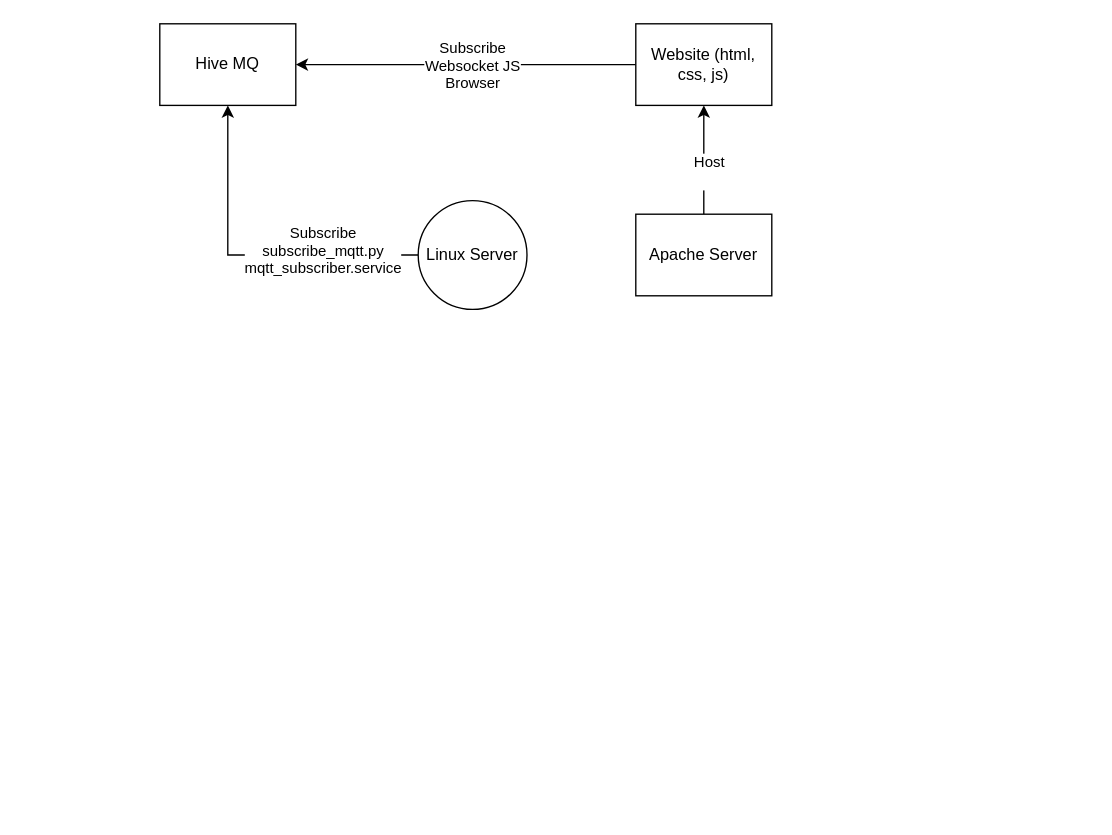
Above: stc-server.drawio in diyElectronicsLab/SensingTheCampus (draw.io), before the change. Source tidied: cells renumbered, new cells numbered last; positions are measured from the earlier drawing's top-left corner, leaving out a move shared by most shapes. Both pictures are drawn from the tidied source at 136%, with x=0, y=0 at pixel (159, 23).
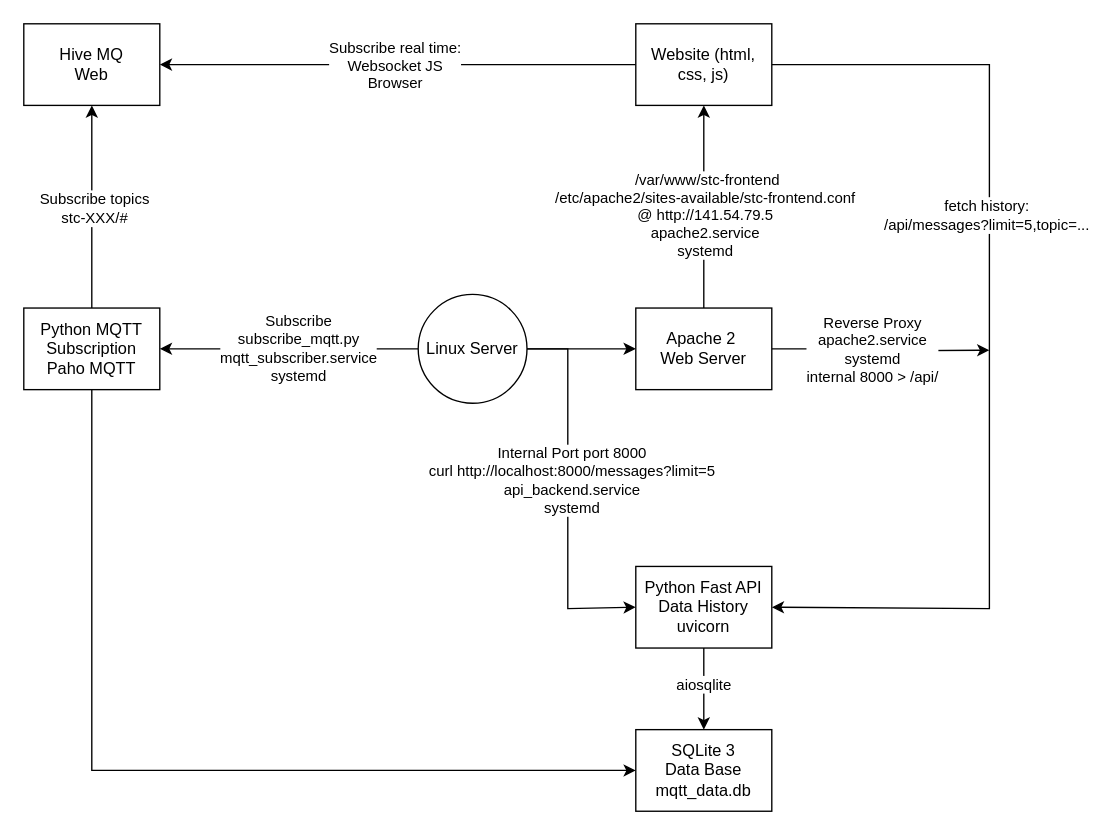
After the change.

The change refers to these unchanged cells:
```xml
<mxCell id="6" style="edgeStyle=orthogonalEdgeStyle;rounded=0;jettySize=auto;html=1;entryX=0.5;entryY=1;entryDx=0;entryDy=0;" parent="1" edge="1" source="8" target="11">
  <mxGeometry relative="1" as="geometry" />
</mxCell>
<mxCell id="9" style="edgeStyle=orthogonalEdgeStyle;rounded=0;jettySize=auto;html=1;entryX=1;entryY=0.5;entryDx=0;entryDy=0;" parent="1" edge="1" source="11" target="2">
  <mxGeometry relative="1" as="geometry" />
</mxCell>
```

The edit, as a diff of the source:
```diff
@@
-    <mxCell id="2" value="Hive MQ" style="rounded=0;whiteSpace=wrap;html=1;" parent="1" vertex="1">
-      <mxGeometry width="100" height="60" as="geometry" />
+    <mxCell id="2" value="Hive MQ&lt;br&gt;Web" style="rounded=0;whiteSpace=wrap;html=1;" parent="1" vertex="1">
+      <mxGeometry x="-100" width="100" height="60" as="geometry" />
     </mxCell>
-    <mxCell id="3" style="edgeStyle=orthogonalEdgeStyle;rounded=0;jettySize=auto;html=1;entryX=0.5;entryY=1;entryDx=0;entryDy=0;" parent="1" edge="1" source="5" target="2">
-      <mxGeometry relative="1" as="geometry" />
-    </mxCell>
-    <mxCell id="4" value="Subscribe&lt;br&gt;subscribe_mqtt.py&lt;br&gt;mqtt_subscriber.service" style="edgeLabel;html=1;align=center;verticalAlign=middle;" parent="3" vertex="1">
-      <mxGeometry x="-0.43" y="-4" relative="1" as="geometry" />
-    </mxCell>
+    <mxCell id="12" style="edgeStyle=orthogonalEdgeStyle;rounded=0;jettySize=auto;html=1;entryX=0;entryY=0.5;entryDx=0;entryDy=0;" parent="1" edge="1" source="5" target="8">
+      <mxGeometry relative="1" as="geometry" />
+    </mxCell>
+    <mxCell id="13" style="edgeStyle=orthogonalEdgeStyle;rounded=0;jettySize=auto;html=1;entryX=0;entryY=0.5;entryDx=0;entryDy=0;" parent="1" edge="1" source="5" target="23">
+      <mxGeometry relative="1" as="geometry">
+        <Array as="points">
+          <mxPoint x="300" y="239" />
+          <mxPoint x="300" y="430" />
+        </Array>
+      </mxGeometry>
+    </mxCell>
+    <mxCell id="14" value="Internal Port&amp;nbsp;port 8000&lt;br&gt;curl http://localhost:8000/messages?limit=5&lt;br&gt;api_backend.service&lt;div&gt;systemd&lt;/div&gt;" style="edgeLabel;html=1;align=center;verticalAlign=middle;" parent="13" vertex="1">
+      <mxGeometry x="-0.08" y="2" relative="1" as="geometry">
+        <mxPoint y="1" as="offset" />
+      </mxGeometry>
+    </mxCell>
+    <mxCell id="15" style="edgeStyle=orthogonalEdgeStyle;rounded=0;jettySize=auto;html=1;entryX=1;entryY=0.5;entryDx=0;entryDy=0;" parent="1" edge="1" source="5" target="28">
+      <mxGeometry relative="1" as="geometry" />
+    </mxCell>
+    <mxCell id="16" value="&lt;div&gt;Subscribe&lt;/div&gt;&lt;div&gt;subscribe_mqtt.py&lt;/div&gt;&lt;div&gt;mqtt_subscriber.service&lt;/div&gt;&lt;div&gt;systemd&lt;/div&gt;" style="edgeLabel;html=1;align=center;verticalAlign=middle;" parent="15" vertex="1">
+      <mxGeometry x="-0.14" y="2" relative="1" as="geometry">
+        <mxPoint x="-7" y="-3" as="offset" />
+      </mxGeometry>
+    </mxCell>
     <mxCell id="5" value="Linux Server" style="ellipse;whiteSpace=wrap;html=1;" parent="1" vertex="1">
-      <mxGeometry x="190" y="130" width="80" height="80" as="geometry" />
+      <mxGeometry x="190" y="199" width="80" height="80" as="geometry" />
     </mxCell>
@@
-    <mxCell id="7" value="Host&lt;div&gt;&lt;br/&gt;&lt;/div&gt;" style="edgeLabel;html=1;align=center;verticalAlign=middle;" parent="6" vertex="1">
-      <mxGeometry x="-0.2" y="-3" relative="1" as="geometry" />
+    <mxCell id="7" value="&lt;div&gt;&amp;nbsp;/var/www/stc-frontend&lt;/div&gt;&lt;div&gt;/etc/apache2/sites-available/stc-frontend.conf&lt;/div&gt;&lt;div&gt;@ http://141.54.79.5&lt;br&gt;apache2.service&lt;/div&gt;&lt;div&gt;systemd&lt;/div&gt;" style="edgeLabel;html=1;align=center;verticalAlign=middle;" parent="6" vertex="1">
+      <mxGeometry x="-0.2" y="-3" relative="1" as="geometry">
+        <mxPoint x="-3" y="-9" as="offset" />
+      </mxGeometry>
     </mxCell>
+    <mxCell id="17" style="edgeStyle=orthogonalEdgeStyle;rounded=0;jettySize=auto;html=1;" parent="1" edge="1" source="8">
+      <mxGeometry relative="1" as="geometry">
+        <mxPoint x="610" y="240" as="targetPoint" />
+      </mxGeometry>
+    </mxCell>
+    <mxCell id="18" value="Reverse Proxy&lt;div&gt;apache2.service&lt;/div&gt;&lt;div&gt;systemd&lt;/div&gt;&lt;div&gt;internal 8000 &amp;gt; /api/&lt;/div&gt;" style="edgeLabel;html=1;align=center;verticalAlign=middle;" parent="17" vertex="1">
+      <mxGeometry x="-0.22" y="-3" relative="1" as="geometry">
+        <mxPoint x="10" y="-3" as="offset" />
+      </mxGeometry>
+    </mxCell>
-    <mxCell id="8" value="Apache Server" style="rounded=0;whiteSpace=wrap;html=1;" parent="1" vertex="1">
-      <mxGeometry x="350" y="140" width="100" height="60" as="geometry" />
+    <mxCell id="8" value="Apache 2&amp;nbsp;&lt;div&gt;Web Server&lt;/div&gt;" style="rounded=0;whiteSpace=wrap;html=1;" parent="1" vertex="1">
+      <mxGeometry x="350" y="209" width="100" height="60" as="geometry" />
     </mxCell>
@@
-    <mxCell id="10" value="Subscribe&lt;br&gt;Websocket JS&lt;div&gt;Browser&lt;/div&gt;" style="edgeLabel;html=1;align=center;verticalAlign=middle;" parent="9" vertex="1">
+    <mxCell id="10" value="Subscribe real time:&lt;br&gt;Websocket JS&lt;div&gt;Browser&lt;/div&gt;" style="edgeLabel;html=1;align=center;verticalAlign=middle;" parent="9" vertex="1">
       <mxGeometry x="0.14" y="-1" relative="1" as="geometry">
         <mxPoint x="22" y="1" as="offset" />
       </mxGeometry>
     </mxCell>
+    <mxCell id="19" style="edgeStyle=orthogonalEdgeStyle;rounded=0;jettySize=auto;html=1;entryX=1;entryY=0.5;entryDx=0;entryDy=0;" parent="1" edge="1" target="23">
+      <mxGeometry relative="1" as="geometry">
+        <mxPoint x="450" y="30" as="sourcePoint" />
+        <Array as="points">
+          <mxPoint x="610" y="30" />
+          <mxPoint x="610" y="430" />
+        </Array>
+      </mxGeometry>
+    </mxCell>
+    <mxCell id="20" value="fetch history:&lt;br&gt;/api/messages?limit=5,topic=..." style="edgeLabel;html=1;align=center;verticalAlign=middle;" parent="19" vertex="1">
+      <mxGeometry x="-0.25" y="-3" relative="1" as="geometry" />
+    </mxCell>
@@
+    <mxCell id="21" style="edgeStyle=orthogonalEdgeStyle;rounded=0;orthogonalLoop=1;jettySize=auto;html=1;" parent="1" edge="1">
+      <mxGeometry relative="1" as="geometry">
+        <mxPoint x="400" y="459" as="sourcePoint" />
+        <mxPoint x="400" y="519" as="targetPoint" />
+      </mxGeometry>
+    </mxCell>
+    <mxCell id="22" value="aiosqlite" style="edgeLabel;html=1;align=center;verticalAlign=middle;" parent="21" vertex="1">
+      <mxGeometry x="-0.2" y="-1" relative="1" as="geometry">
+        <mxPoint y="2" as="offset" />
+      </mxGeometry>
+    </mxCell>
+    <mxCell id="23" value="Python Fast API&lt;div&gt;Data History&lt;/div&gt;&lt;div&gt;uvicorn&lt;/div&gt;" style="rounded=0;whiteSpace=wrap;html=1;" parent="1" vertex="1">
+      <mxGeometry x="350" y="399" width="100" height="60" as="geometry" />
+    </mxCell>
+    <mxCell id="24" value="SQLite 3&lt;div&gt;Data Base&lt;/div&gt;&lt;div&gt;mqtt_data.db&lt;/div&gt;" style="rounded=0;whiteSpace=wrap;html=1;" parent="1" vertex="1">
+      <mxGeometry x="350" y="519" width="100" height="60" as="geometry" />
+    </mxCell>
+    <mxCell id="25" style="edgeStyle=orthogonalEdgeStyle;rounded=0;jettySize=auto;html=1;entryX=0.5;entryY=1;entryDx=0;entryDy=0;" parent="1" edge="1" source="28" target="2">
+      <mxGeometry relative="1" as="geometry" />
+    </mxCell>
+    <mxCell id="26" value="Subscribe topics&lt;div&gt;stc-XXX/#&lt;/div&gt;" style="edgeLabel;html=1;align=center;verticalAlign=middle;" parent="25" vertex="1">
+      <mxGeometry x="-0.01" y="-1" relative="1" as="geometry" />
+    </mxCell>
+    <mxCell id="27" style="edgeStyle=orthogonalEdgeStyle;rounded=0;jettySize=auto;html=1;entryX=0;entryY=0.5;entryDx=0;entryDy=0;" parent="1" edge="1" source="28" target="24">
+      <mxGeometry relative="1" as="geometry">
+        <Array as="points">
+          <mxPoint x="-50" y="549" />
+        </Array>
+      </mxGeometry>
+    </mxCell>
+    <mxCell id="28" value="Python MQTT&lt;div&gt;Subscription&lt;/div&gt;&lt;div&gt;Paho MQTT&lt;/div&gt;" style="rounded=0;whiteSpace=wrap;html=1;" parent="1" vertex="1">
+      <mxGeometry x="-100" y="209" width="100" height="60" as="geometry" />
+    </mxCell>
```
